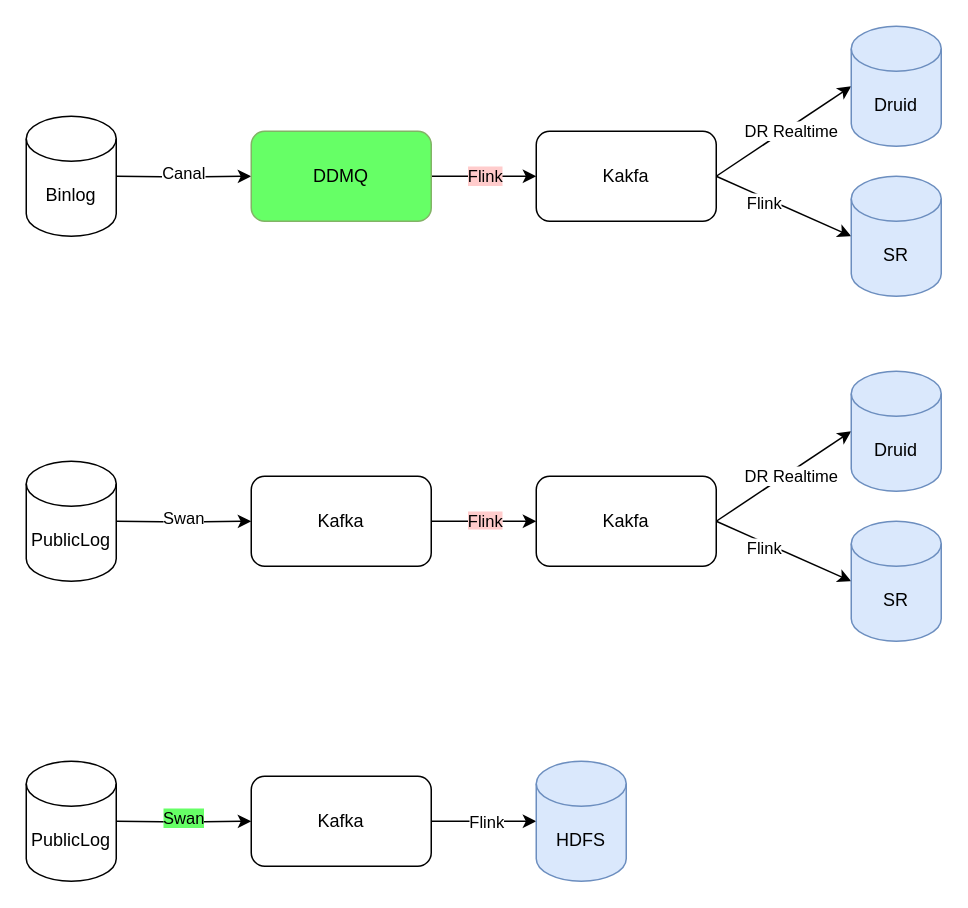
The draw.io diagram DT压测冗余链路.drawio in labud/pictures, before the edit. Source tidied: cells renumbered, new cells numbered last; positions are measured from the earlier drawing's top-left corner, leaving out a move shared by most shapes. Both pictures are drawn from the tidied source at 150%, with x=0, y=0 at pixel (26, 26).
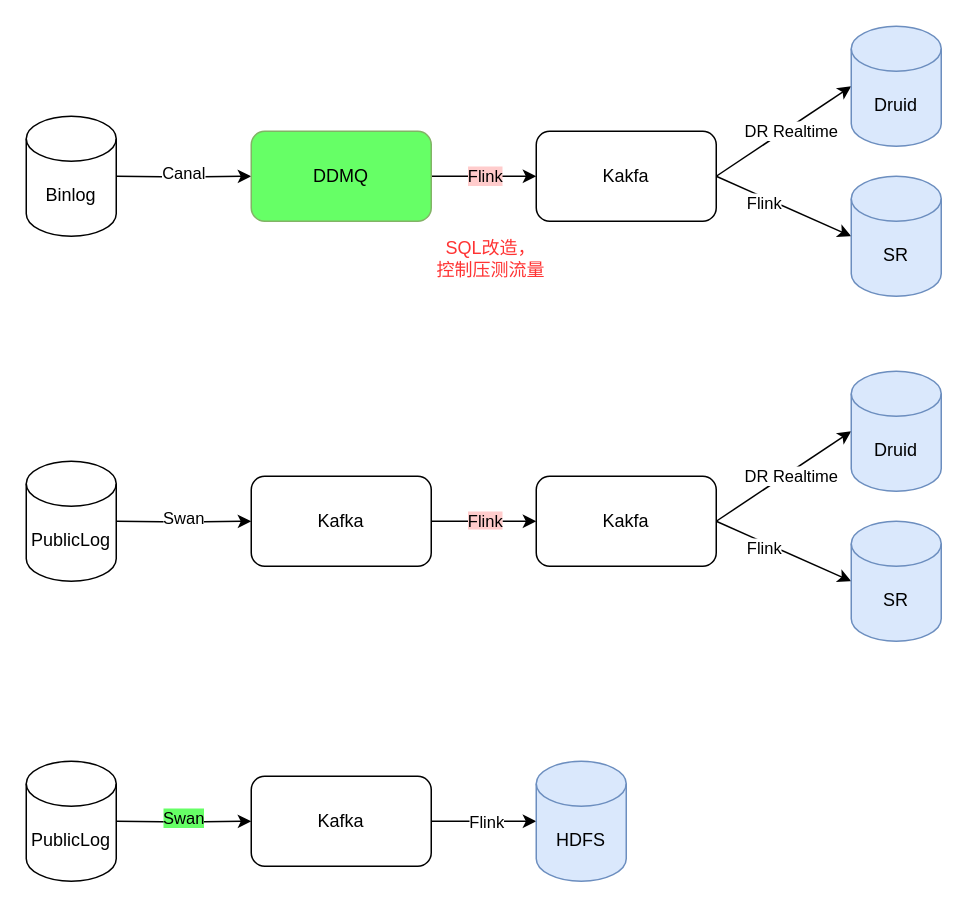
The same page after the edit.

Commit message:
Update DT压测冗余链路.drawio

Diff of the diagram source:
```diff
@@
+    <mxCell id="35" value="&lt;font color=&quot;#ff3333&quot;&gt;SQL改造，&lt;/font&gt;&lt;div&gt;&lt;font color=&quot;#ff3333&quot;&gt;控制压测流量&lt;/font&gt;&lt;/div&gt;" style="text;html=1;align=center;verticalAlign=middle;whiteSpace=wrap;rounded=0;" parent="1" vertex="1">
+      <mxGeometry x="270" y="140" width="80" height="30" as="geometry" />
+    </mxCell>
```
